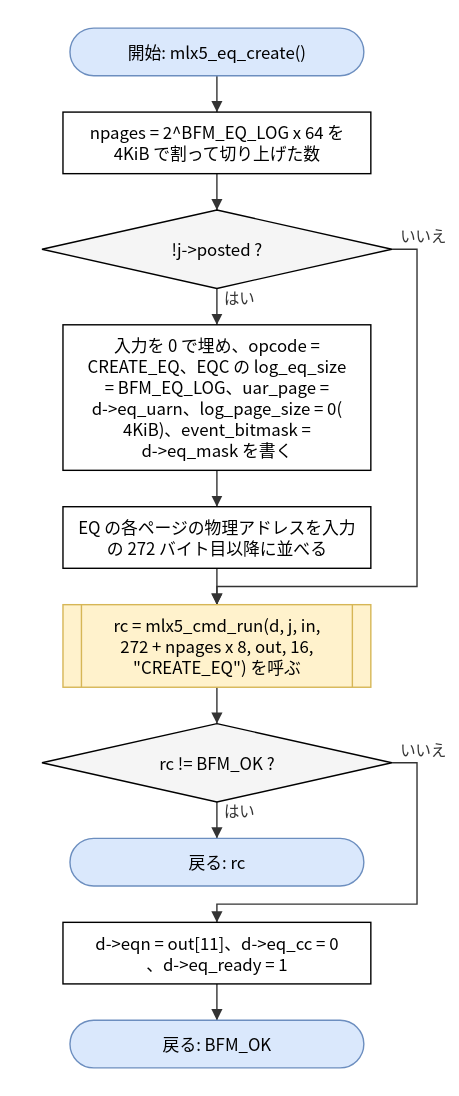
Earlier version of the draw.io export doc/spec/images/flow_src_mlx5_cmd-mlx5_eq_create.drawio.svg (hf355051012-ai/bfmem). Source tidied: cells renumbered, new cells last; positions are measured from the earlier drawing's top-left corner, leaving out a move shared by most shapes.
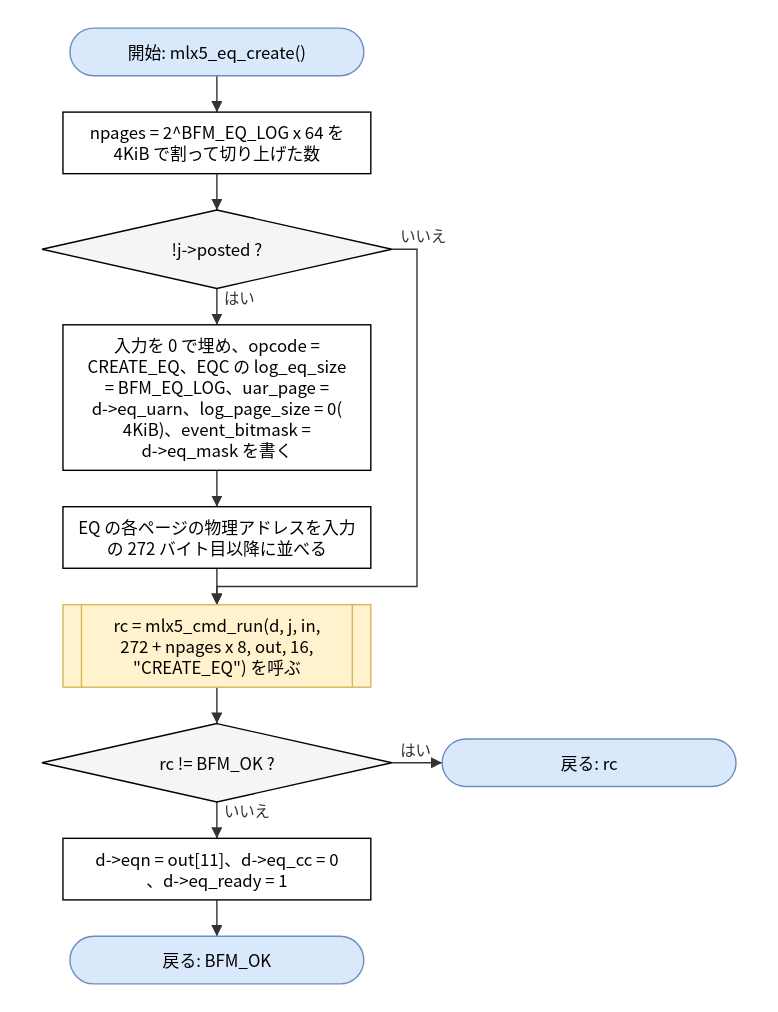
Above is the later version.

The edit, as a diff of the source:
```diff
@@ -24,13 +24,13 @@
       <mxGeometry y="497" width="250" height="56" as="geometry" />
     </mxCell>
     <mxCell id="9" value="戻る: rc" style="rounded=1;arcSize=50;whiteSpace=wrap;html=1;fillColor=#dae8fc;strokeColor=#6c8ebf;" parent="1" vertex="1">
-      <mxGeometry x="20" y="579" width="210" height="34" as="geometry" />
+      <mxGeometry x="286" y="508" width="210" height="34" as="geometry" />
     </mxCell>
     <mxCell id="10" value="d-&amp;gt;eqn = out[11]、d-&amp;gt;eq_cc = 0&lt;br&gt;、d-&amp;gt;eq_ready = 1" style="rounded=0;whiteSpace=wrap;html=1;" parent="1" vertex="1">
-      <mxGeometry x="15" y="639" width="220" height="44" as="geometry" />
+      <mxGeometry x="15" y="579" width="220" height="44" as="geometry" />
     </mxCell>
     <mxCell id="11" value="戻る: BFM_OK" style="rounded=1;arcSize=50;whiteSpace=wrap;html=1;fillColor=#dae8fc;strokeColor=#6c8ebf;" parent="1" vertex="1">
-      <mxGeometry x="20" y="709" width="210" height="34" as="geometry" />
+      <mxGeometry x="20" y="649" width="210" height="34" as="geometry" />
     </mxCell>
     <mxCell id="12" style="edgeStyle=none;html=1;rounded=0;endArrow=block;endFill=1;exitX=0.5000;exitY=1.0000;exitDx=0;exitDy=0;exitPerimeter=0;entryX=0.5000;entryY=0.0000;entryDx=0;entryDy=0;entryPerimeter=0;" parent="1" edge="1" source="2" target="3">
       <mxGeometry relative="1" as="geometry" />
@@ -59,17 +59,11 @@
     <mxCell id="18" style="edgeStyle=none;html=1;rounded=0;endArrow=block;endFill=1;exitX=0.5000;exitY=1.0000;exitDx=0;exitDy=0;exitPerimeter=0;entryX=0.5000;entryY=0.0000;entryDx=0;entryDy=0;entryPerimeter=0;" parent="1" edge="1" source="7" target="8">
       <mxGeometry relative="1" as="geometry" />
     </mxCell>
-    <mxCell id="19" value="はい" style="edgeStyle=none;html=1;rounded=0;endArrow=block;endFill=1;exitX=0.5000;exitY=1.0000;exitDx=0;exitDy=0;exitPerimeter=0;entryX=0.5000;entryY=0.0000;entryDx=0;entryDy=0;entryPerimeter=0;" parent="1" edge="1" source="8" target="9">
+    <mxCell id="19" value="はい" style="edgeStyle=none;html=1;rounded=0;endArrow=block;endFill=1;exitX=1.0000;exitY=0.5000;exitDx=0;exitDy=0;exitPerimeter=0;entryX=0.0000;entryY=0.5000;entryDx=0;entryDy=0;entryPerimeter=0;" parent="1" edge="1" source="8" target="9">
       <mxGeometry relative="1" as="geometry" />
     </mxCell>
-    <mxCell id="20" value="いいえ" style="edgeStyle=none;html=1;rounded=0;endArrow=block;endFill=1;exitX=1.0000;exitY=0.5000;exitDx=0;exitDy=0;exitPerimeter=0;entryX=0.5000;entryY=0.0000;entryDx=0;entryDy=0;entryPerimeter=0;" parent="1" edge="1" source="8" target="10">
-      <mxGeometry relative="1" as="geometry">
-        <Array as="points">
-          <mxPoint x="268" y="525" />
-          <mxPoint x="268" y="626" />
-          <mxPoint x="125" y="626" />
-        </Array>
-      </mxGeometry>
+    <mxCell id="20" value="いいえ" style="edgeStyle=none;html=1;rounded=0;endArrow=block;endFill=1;exitX=0.5000;exitY=1.0000;exitDx=0;exitDy=0;exitPerimeter=0;entryX=0.5000;entryY=0.0000;entryDx=0;entryDy=0;entryPerimeter=0;" parent="1" edge="1" source="8" target="10">
+      <mxGeometry relative="1" as="geometry" />
     </mxCell>
     <mxCell id="21" style="edgeStyle=none;html=1;rounded=0;endArrow=block;endFill=1;exitX=0.5000;exitY=1.0000;exitDx=0;exitDy=0;exitPerimeter=0;entryX=0.5000;entryY=0.0000;entryDx=0;entryDy=0;entryPerimeter=0;" parent="1" edge="1" source="10" target="11">
       <mxGeometry relative="1" as="geometry" />
```
